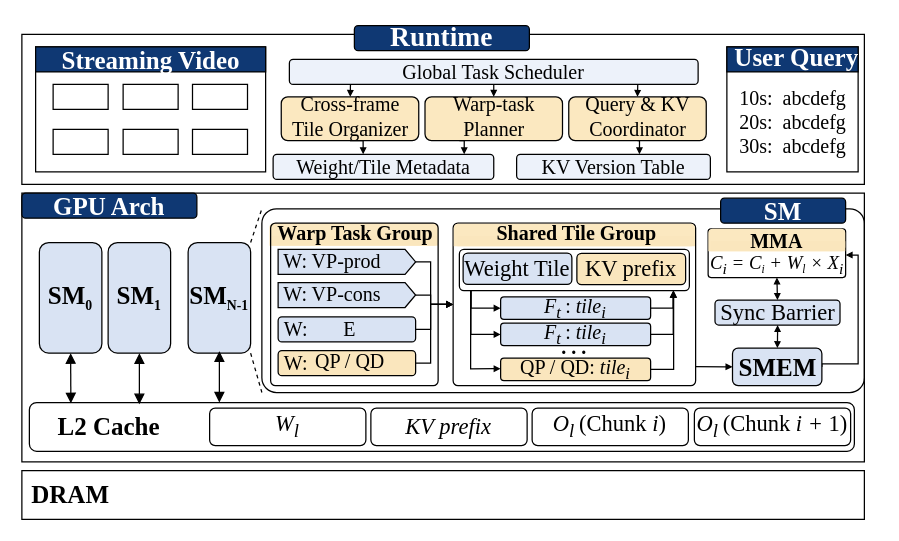
Before: system_overview.drawio in icszhr/CHORD, a draw.io diagram. Source tidied: cells renumbered, new cells numbered last; positions are measured from the earlier drawing's top-left corner, leaving out a move shared by most shapes. Both pictures are drawn from the tidied source at 125%, with x=0, y=0 at pixel (21, 25).
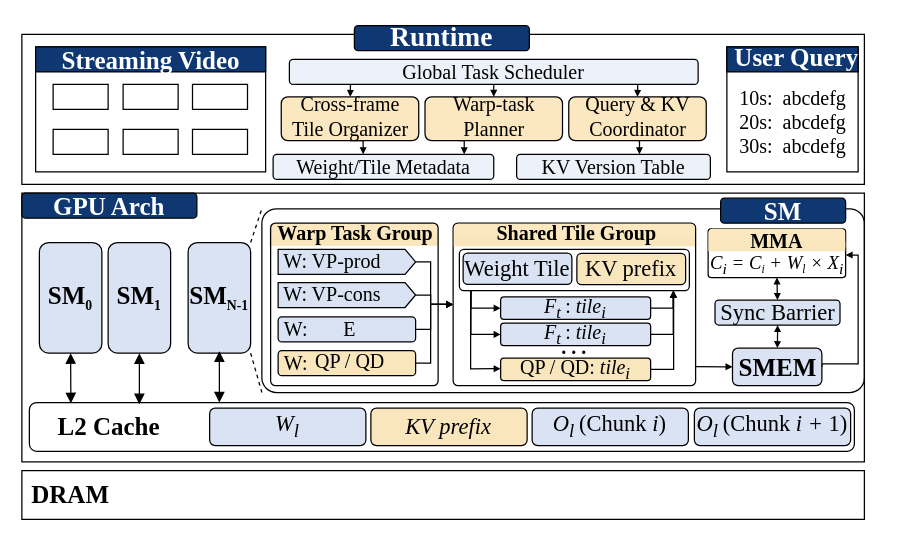
The same page after the edit.

Diff of the diagram source:
```diff
@@
-    <mxCell id="94" value="&lt;i&gt;&lt;font face=&quot;Times New Roman&quot; style=&quot;font-size: 18px;&quot;&gt;W&lt;sub style=&quot;&quot;&gt;l&lt;/sub&gt;&lt;/font&gt;&lt;/i&gt;" style="rounded=1;whiteSpace=wrap;html=1;roundedPerimeter=1;arcSize=15;" parent="1" vertex="1">
+    <mxCell id="94" value="&lt;i&gt;&lt;font face=&quot;Times New Roman&quot; style=&quot;font-size: 18px;&quot;&gt;W&lt;sub style=&quot;&quot;&gt;l&lt;/sub&gt;&lt;/font&gt;&lt;/i&gt;" style="rounded=1;whiteSpace=wrap;html=1;roundedPerimeter=1;arcSize=15;fillColor=light-dark(#d9e3f3, #ededed);" parent="1" vertex="1">
       <mxGeometry x="150.2" y="306" width="125" height="30" as="geometry" />
     </mxCell>
-    <mxCell id="95" value="&lt;font face=&quot;Times New Roman&quot;&gt;&lt;span style=&quot;font-size: 18px;&quot;&gt;&lt;i&gt;KV prefix&lt;/i&gt;&lt;/span&gt;&lt;/font&gt;" style="rounded=1;whiteSpace=wrap;html=1;roundedPerimeter=1;arcSize=15;" parent="1" vertex="1">
+    <mxCell id="95" value="&lt;font face=&quot;Times New Roman&quot;&gt;&lt;span style=&quot;font-size: 18px;&quot;&gt;&lt;i&gt;KV prefix&lt;/i&gt;&lt;/span&gt;&lt;/font&gt;" style="rounded=1;whiteSpace=wrap;html=1;roundedPerimeter=1;arcSize=15;fillColor=light-dark(#fae6bd, #ededed);" parent="1" vertex="1">
       <mxGeometry x="279.2" y="306" width="125" height="30" as="geometry" />
     </mxCell>
-    <mxCell id="96" value="&lt;font face=&quot;Times New Roman&quot;&gt;&lt;span style=&quot;font-size: 18px;&quot;&gt;&lt;i&gt;O&lt;sub&gt;l&amp;nbsp;&lt;/sub&gt;&lt;/i&gt;&lt;/span&gt;&lt;/font&gt;&lt;span style=&quot;font-family: &amp;quot;Times New Roman&amp;quot;; font-size: 18px;&quot;&gt;(Chunk&lt;/span&gt;&lt;i style=&quot;font-family: &amp;quot;Times New Roman&amp;quot;; font-size: 18px;&quot;&gt; i&lt;/i&gt;&lt;span style=&quot;font-family: &amp;quot;Times New Roman&amp;quot;; font-size: 18px;&quot;&gt;)&lt;/span&gt;" style="rounded=1;whiteSpace=wrap;html=1;roundedPerimeter=1;arcSize=15;" parent="1" vertex="1">
+    <mxCell id="96" value="&lt;font face=&quot;Times New Roman&quot;&gt;&lt;span style=&quot;font-size: 18px;&quot;&gt;&lt;i&gt;O&lt;sub&gt;l&amp;nbsp;&lt;/sub&gt;&lt;/i&gt;&lt;/span&gt;&lt;/font&gt;&lt;span style=&quot;font-family: &amp;quot;Times New Roman&amp;quot;; font-size: 18px;&quot;&gt;(Chunk&lt;/span&gt;&lt;i style=&quot;font-family: &amp;quot;Times New Roman&amp;quot;; font-size: 18px;&quot;&gt; i&lt;/i&gt;&lt;span style=&quot;font-family: &amp;quot;Times New Roman&amp;quot;; font-size: 18px;&quot;&gt;)&lt;/span&gt;" style="rounded=1;whiteSpace=wrap;html=1;roundedPerimeter=1;arcSize=15;fillColor=light-dark(#d9e3f3, #ededed);" parent="1" vertex="1">
       <mxGeometry x="408.2" y="306" width="125" height="30" as="geometry" />
     </mxCell>
-    <mxCell id="97" value="&lt;font face=&quot;Times New Roman&quot;&gt;&lt;span style=&quot;font-size: 18px;&quot;&gt;&lt;i&gt;O&lt;sub&gt;l&amp;nbsp;&lt;/sub&gt;&lt;/i&gt;&lt;/span&gt;&lt;/font&gt;&lt;span style=&quot;font-family: &amp;quot;Times New Roman&amp;quot;; font-size: 18px;&quot;&gt;(Chunk&lt;/span&gt;&lt;i style=&quot;font-family: &amp;quot;Times New Roman&amp;quot;; font-size: 18px;&quot;&gt; i + &lt;/i&gt;&lt;span style=&quot;font-family: &amp;quot;Times New Roman&amp;quot;; font-size: 18px;&quot;&gt;1&lt;/span&gt;&lt;span style=&quot;font-family: &amp;quot;Times New Roman&amp;quot;; font-size: 18px;&quot;&gt;)&lt;/span&gt;" style="rounded=1;whiteSpace=wrap;html=1;roundedPerimeter=1;arcSize=15;" parent="1" vertex="1">
+    <mxCell id="97" value="&lt;font face=&quot;Times New Roman&quot;&gt;&lt;span style=&quot;font-size: 18px;&quot;&gt;&lt;i&gt;O&lt;sub&gt;l&amp;nbsp;&lt;/sub&gt;&lt;/i&gt;&lt;/span&gt;&lt;/font&gt;&lt;span style=&quot;font-family: &amp;quot;Times New Roman&amp;quot;; font-size: 18px;&quot;&gt;(Chunk&lt;/span&gt;&lt;i style=&quot;font-family: &amp;quot;Times New Roman&amp;quot;; font-size: 18px;&quot;&gt; i + &lt;/i&gt;&lt;span style=&quot;font-family: &amp;quot;Times New Roman&amp;quot;; font-size: 18px;&quot;&gt;1&lt;/span&gt;&lt;span style=&quot;font-family: &amp;quot;Times New Roman&amp;quot;; font-size: 18px;&quot;&gt;)&lt;/span&gt;" style="rounded=1;whiteSpace=wrap;html=1;roundedPerimeter=1;arcSize=15;fillColor=light-dark(#d9e3f3, #ededed);" parent="1" vertex="1">
       <mxGeometry x="538" y="306" width="125" height="30" as="geometry" />
     </mxCell>
```
